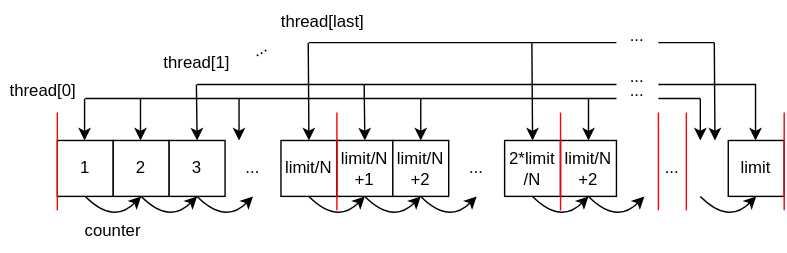
HM4725/The-Art-of-Multiprocessor-Programming keeps this draw.io diagram as chapter1/img/figure1.2.svg. Above is the earlier version. Source tidied: cells renumbered, new cells last; positions are measured from the earlier drawing's top-left corner, leaving out a move shared by most shapes. The source it was exported from:
```xml
<mxGraphModel>
  <root>
    <mxCell id="0" />
    <mxCell id="1" parent="0" />
    <mxCell id="2" value="1" style="whiteSpace=wrap;html=1;" parent="1" vertex="1">
      <mxGeometry x="40" y="100" width="40" height="40" as="geometry" />
    </mxCell>
    <mxCell id="3" value="2" style="whiteSpace=wrap;html=1;" parent="1" vertex="1">
      <mxGeometry x="80" y="100" width="40" height="40" as="geometry" />
    </mxCell>
    <mxCell id="4" value="3" style="whiteSpace=wrap;html=1;" parent="1" vertex="1">
      <mxGeometry x="120" y="100" width="40" height="40" as="geometry" />
    </mxCell>
    <mxCell id="5" value="limit/N" style="whiteSpace=wrap;html=1;" parent="1" vertex="1">
      <mxGeometry x="200" y="100" width="40" height="40" as="geometry" />
    </mxCell>
    <mxCell id="6" value="limit/N&lt;br&gt;+1" style="whiteSpace=wrap;html=1;" parent="1" vertex="1">
      <mxGeometry x="240" y="100" width="40" height="40" as="geometry" />
    </mxCell>
    <mxCell id="7" value="limit/N&lt;br&gt;+2" style="whiteSpace=wrap;html=1;" parent="1" vertex="1">
      <mxGeometry x="280" y="100" width="40" height="40" as="geometry" />
    </mxCell>
    <mxCell id="8" value="2*limit&lt;br&gt;/N" style="whiteSpace=wrap;html=1;" parent="1" vertex="1">
      <mxGeometry x="360" y="100" width="40" height="40" as="geometry" />
    </mxCell>
    <mxCell id="9" value="limit/N&lt;br&gt;+2" style="whiteSpace=wrap;html=1;" parent="1" vertex="1">
      <mxGeometry x="400" y="100" width="40" height="40" as="geometry" />
    </mxCell>
    <mxCell id="10" value="..." style="text;html=1;strokeColor=none;fillColor=none;align=center;verticalAlign=middle;whiteSpace=wrap;rounded=0;" parent="1" vertex="1">
      <mxGeometry x="160" y="105" width="40" height="30" as="geometry" />
    </mxCell>
    <mxCell id="11" value="..." style="text;html=1;strokeColor=none;fillColor=none;align=center;verticalAlign=middle;whiteSpace=wrap;rounded=0;" parent="1" vertex="1">
      <mxGeometry x="320" y="105" width="40" height="30" as="geometry" />
    </mxCell>
    <mxCell id="12" value="limit" style="whiteSpace=wrap;html=1;" parent="1" vertex="1">
      <mxGeometry x="520" y="100" width="40" height="40" as="geometry" />
    </mxCell>
    <mxCell id="13" style="endArrow=none;html=1;rounded=0;strokeColor=#FF0000;" parent="1" edge="1">
      <mxGeometry relative="1" as="geometry">
        <mxPoint x="400" y="150" as="sourcePoint" />
        <mxPoint x="400" y="80" as="targetPoint" />
      </mxGeometry>
    </mxCell>
    <mxCell id="14" style="endArrow=none;html=1;rounded=0;strokeColor=#FF0000;" parent="1" edge="1">
      <mxGeometry relative="1" as="geometry">
        <mxPoint x="470" y="150" as="sourcePoint" />
        <mxPoint x="470" y="80" as="targetPoint" />
      </mxGeometry>
    </mxCell>
    <mxCell id="15" style="endArrow=none;html=1;rounded=0;strokeColor=#FF0000;" parent="1" edge="1">
      <mxGeometry relative="1" as="geometry">
        <mxPoint x="490" y="150" as="sourcePoint" />
        <mxPoint x="490" y="80" as="targetPoint" />
      </mxGeometry>
    </mxCell>
    <mxCell id="16" style="endArrow=none;html=1;rounded=0;strokeColor=#FF0000;" parent="1" edge="1">
      <mxGeometry relative="1" as="geometry">
        <mxPoint x="560" y="150" as="sourcePoint" />
        <mxPoint x="560" y="80" as="targetPoint" />
      </mxGeometry>
    </mxCell>
    <mxCell id="17" style="endArrow=none;html=1;rounded=0;strokeColor=#FF0000;" parent="1" edge="1">
      <mxGeometry relative="1" as="geometry">
        <mxPoint x="40" y="150" as="sourcePoint" />
        <mxPoint x="40" y="80" as="targetPoint" />
      </mxGeometry>
    </mxCell>
    <mxCell id="18" value="thread[0]" style="text;html=1;strokeColor=none;fillColor=none;align=center;verticalAlign=middle;whiteSpace=wrap;rounded=0;" parent="1" vertex="1">
      <mxGeometry y="50" width="60" height="30" as="geometry" />
    </mxCell>
    <mxCell id="19" value="..." style="text;html=1;strokeColor=none;fillColor=none;align=center;verticalAlign=middle;whiteSpace=wrap;rounded=0;" parent="1" vertex="1">
      <mxGeometry x="460" y="105" width="40" height="30" as="geometry" />
    </mxCell>
    <mxCell id="20" style="endArrow=none;html=1;rounded=0;strokeColor=#000000;" parent="1" edge="1">
      <mxGeometry relative="1" as="geometry">
        <mxPoint x="60" y="70" as="sourcePoint" />
        <mxPoint x="440" y="70" as="targetPoint" />
      </mxGeometry>
    </mxCell>
    <mxCell id="21" style="endArrow=classic;html=1;rounded=0;strokeColor=#000000;" parent="1" edge="1">
      <mxGeometry relative="1" as="geometry">
        <mxPoint x="59.5" y="70" as="sourcePoint" />
        <mxPoint x="59.5" y="100" as="targetPoint" />
      </mxGeometry>
    </mxCell>
    <mxCell id="22" style="endArrow=classic;html=1;rounded=0;strokeColor=#000000;" parent="1" edge="1">
      <mxGeometry relative="1" as="geometry">
        <mxPoint x="170" y="70" as="sourcePoint" />
        <mxPoint x="170" y="100" as="targetPoint" />
      </mxGeometry>
    </mxCell>
    <mxCell id="23" style="endArrow=classic;html=1;rounded=0;strokeColor=#000000;" parent="1" edge="1">
      <mxGeometry relative="1" as="geometry">
        <mxPoint x="500" y="70" as="sourcePoint" />
        <mxPoint x="500" y="100" as="targetPoint" />
      </mxGeometry>
    </mxCell>
    <mxCell id="24" style="endArrow=classic;html=1;rounded=0;strokeColor=#000000;" parent="1" edge="1">
      <mxGeometry relative="1" as="geometry">
        <mxPoint x="420" y="70" as="sourcePoint" />
        <mxPoint x="420" y="100" as="targetPoint" />
      </mxGeometry>
    </mxCell>
    <mxCell id="25" style="endArrow=none;html=1;rounded=0;strokeColor=#000000;" parent="1" edge="1">
      <mxGeometry relative="1" as="geometry">
        <mxPoint x="470" y="70" as="sourcePoint" />
        <mxPoint x="500" y="70" as="targetPoint" />
      </mxGeometry>
    </mxCell>
    <mxCell id="26" value="..." style="text;html=1;strokeColor=none;fillColor=none;align=center;verticalAlign=middle;whiteSpace=wrap;rounded=0;" parent="1" vertex="1">
      <mxGeometry x="430" y="50" width="50" height="30" as="geometry" />
    </mxCell>
    <mxCell id="27" style="endArrow=none;html=1;rounded=0;strokeColor=#FF0000;" parent="1" edge="1">
      <mxGeometry relative="1" as="geometry">
        <mxPoint x="240" y="150" as="sourcePoint" />
        <mxPoint x="240" y="80" as="targetPoint" />
      </mxGeometry>
    </mxCell>
    <mxCell id="28" style="endArrow=classic;html=1;rounded=0;strokeColor=#000000;entryX=0.5;entryY=0;entryDx=0;entryDy=0;" parent="1" edge="1" target="7">
      <mxGeometry relative="1" as="geometry">
        <mxPoint x="300" y="70" as="sourcePoint" />
      </mxGeometry>
    </mxCell>
    <mxCell id="29" style="endArrow=none;html=1;rounded=0;strokeColor=#000000;" parent="1" edge="1">
      <mxGeometry relative="1" as="geometry">
        <mxPoint x="470" y="60" as="sourcePoint" />
        <mxPoint x="540" y="60" as="targetPoint" />
      </mxGeometry>
    </mxCell>
    <mxCell id="30" style="endArrow=classic;html=1;rounded=0;strokeColor=#000000;" parent="1" edge="1">
      <mxGeometry relative="1" as="geometry">
        <mxPoint x="539.5" y="60" as="sourcePoint" />
        <mxPoint x="539.5" y="100" as="targetPoint" />
      </mxGeometry>
    </mxCell>
    <mxCell id="31" value="..." style="text;html=1;strokeColor=none;fillColor=none;align=center;verticalAlign=middle;whiteSpace=wrap;rounded=0;" parent="1" vertex="1">
      <mxGeometry x="430" y="40" width="50" height="30" as="geometry" />
    </mxCell>
    <mxCell id="32" style="endArrow=none;html=1;rounded=0;strokeColor=#000000;" parent="1" edge="1">
      <mxGeometry relative="1" as="geometry">
        <mxPoint x="220" y="30" as="sourcePoint" />
        <mxPoint x="440" y="30" as="targetPoint" />
      </mxGeometry>
    </mxCell>
    <mxCell id="33" style="endArrow=classic;html=1;rounded=0;strokeColor=#000000;entryX=0.5;entryY=0;entryDx=0;entryDy=0;" parent="1" edge="1" target="5">
      <mxGeometry relative="1" as="geometry">
        <mxPoint x="219.5" y="30" as="sourcePoint" />
      </mxGeometry>
    </mxCell>
    <mxCell id="34" style="endArrow=classic;html=1;rounded=0;strokeColor=#000000;entryX=0.5;entryY=0;entryDx=0;entryDy=0;" parent="1" edge="1">
      <mxGeometry relative="1" as="geometry">
        <mxPoint x="379.5" y="30" as="sourcePoint" />
        <mxPoint x="380" y="100" as="targetPoint" />
      </mxGeometry>
    </mxCell>
    <mxCell id="35" style="endArrow=classic;html=1;rounded=0;strokeColor=#000000;entryX=0.5;entryY=0;entryDx=0;entryDy=0;" parent="1" edge="1">
      <mxGeometry relative="1" as="geometry">
        <mxPoint x="510" y="30" as="sourcePoint" />
        <mxPoint x="510.5" y="100" as="targetPoint" />
      </mxGeometry>
    </mxCell>
    <mxCell id="36" value="..." style="text;html=1;strokeColor=none;fillColor=none;align=center;verticalAlign=middle;whiteSpace=wrap;rounded=0;" parent="1" vertex="1">
      <mxGeometry x="430" y="10" width="50" height="30" as="geometry" />
    </mxCell>
    <mxCell id="37" style="endArrow=none;html=1;rounded=0;strokeColor=#000000;" parent="1" edge="1">
      <mxGeometry relative="1" as="geometry">
        <mxPoint x="470" y="30" as="sourcePoint" />
        <mxPoint x="510" y="30" as="targetPoint" />
      </mxGeometry>
    </mxCell>
    <mxCell id="38" value="..." style="text;html=1;strokeColor=none;fillColor=none;align=center;verticalAlign=middle;whiteSpace=wrap;rounded=0;rotation=-30;" parent="1" vertex="1">
      <mxGeometry x="160" y="20" width="50" height="30" as="geometry" />
    </mxCell>
    <mxCell id="39" value="thread[1]" style="text;html=1;strokeColor=none;fillColor=none;align=center;verticalAlign=middle;whiteSpace=wrap;rounded=0;" parent="1" vertex="1">
      <mxGeometry x="110" y="30" width="60" height="30" as="geometry" />
    </mxCell>
    <mxCell id="40" style="endArrow=classic;html=1;rounded=0;strokeColor=#000000;" parent="1" edge="1">
      <mxGeometry relative="1" as="geometry">
        <mxPoint x="99.5" y="70" as="sourcePoint" />
        <mxPoint x="99.5" y="100" as="targetPoint" />
      </mxGeometry>
    </mxCell>
    <mxCell id="41" style="endArrow=none;html=1;rounded=0;strokeColor=#000000;" parent="1" edge="1">
      <mxGeometry relative="1" as="geometry">
        <mxPoint x="140" y="60" as="sourcePoint" />
        <mxPoint x="440" y="60" as="targetPoint" />
      </mxGeometry>
    </mxCell>
    <mxCell id="42" style="endArrow=classic;html=1;rounded=0;strokeColor=#000000;" parent="1" edge="1">
      <mxGeometry relative="1" as="geometry">
        <mxPoint x="139.5" y="60" as="sourcePoint" />
        <mxPoint x="140" y="100" as="targetPoint" />
      </mxGeometry>
    </mxCell>
    <mxCell id="43" style="endArrow=classic;html=1;rounded=0;strokeColor=#000000;entryX=0.5;entryY=0;entryDx=0;entryDy=0;" parent="1" edge="1" target="6">
      <mxGeometry relative="1" as="geometry">
        <mxPoint x="259.5" y="60" as="sourcePoint" />
      </mxGeometry>
    </mxCell>
    <mxCell id="44" value="counter" style="text;html=1;strokeColor=none;fillColor=none;align=center;verticalAlign=middle;whiteSpace=wrap;rounded=0;" parent="1" vertex="1">
      <mxGeometry x="50" y="150" width="60" height="30" as="geometry" />
    </mxCell>
    <mxCell id="45" style="curved=1;endArrow=classic;html=1;rounded=0;strokeColor=#000000;" parent="1" edge="1">
      <mxGeometry relative="1" as="geometry">
        <mxPoint x="100" y="140" as="sourcePoint" />
        <mxPoint x="140" y="140" as="targetPoint" />
        <Array as="points">
          <mxPoint x="120" y="160" />
        </Array>
      </mxGeometry>
    </mxCell>
    <mxCell id="46" style="curved=1;endArrow=classic;html=1;rounded=0;strokeColor=#000000;" parent="1" edge="1">
      <mxGeometry relative="1" as="geometry">
        <mxPoint x="60" y="140" as="sourcePoint" />
        <mxPoint x="100" y="140" as="targetPoint" />
        <Array as="points">
          <mxPoint x="80" y="160" />
        </Array>
      </mxGeometry>
    </mxCell>
    <mxCell id="47" style="curved=1;endArrow=classic;html=1;rounded=0;strokeColor=#000000;" parent="1" edge="1">
      <mxGeometry relative="1" as="geometry">
        <mxPoint x="140" y="140" as="sourcePoint" />
        <mxPoint x="180" y="140" as="targetPoint" />
        <Array as="points">
          <mxPoint x="160" y="160" />
        </Array>
      </mxGeometry>
    </mxCell>
    <mxCell id="48" style="curved=1;endArrow=classic;html=1;rounded=0;strokeColor=#000000;" parent="1" edge="1">
      <mxGeometry relative="1" as="geometry">
        <mxPoint x="220" y="140" as="sourcePoint" />
        <mxPoint x="260" y="140" as="targetPoint" />
        <Array as="points">
          <mxPoint x="240" y="160" />
        </Array>
      </mxGeometry>
    </mxCell>
    <mxCell id="49" style="curved=1;endArrow=classic;html=1;rounded=0;strokeColor=#000000;" parent="1" edge="1">
      <mxGeometry relative="1" as="geometry">
        <mxPoint x="260" y="140" as="sourcePoint" />
        <mxPoint x="300" y="140" as="targetPoint" />
        <Array as="points">
          <mxPoint x="280" y="160" />
        </Array>
      </mxGeometry>
    </mxCell>
    <mxCell id="50" style="curved=1;endArrow=classic;html=1;rounded=0;strokeColor=#000000;" parent="1" edge="1">
      <mxGeometry relative="1" as="geometry">
        <mxPoint x="300" y="140" as="sourcePoint" />
        <mxPoint x="340" y="140" as="targetPoint" />
        <Array as="points">
          <mxPoint x="320" y="160" />
        </Array>
      </mxGeometry>
    </mxCell>
    <mxCell id="51" style="curved=1;endArrow=classic;html=1;rounded=0;strokeColor=#000000;" parent="1" edge="1">
      <mxGeometry relative="1" as="geometry">
        <mxPoint x="380" y="140" as="sourcePoint" />
        <mxPoint x="420" y="140" as="targetPoint" />
        <Array as="points">
          <mxPoint x="400" y="160" />
        </Array>
      </mxGeometry>
    </mxCell>
    <mxCell id="52" style="curved=1;endArrow=classic;html=1;rounded=0;strokeColor=#000000;" parent="1" edge="1">
      <mxGeometry relative="1" as="geometry">
        <mxPoint x="420" y="140" as="sourcePoint" />
        <mxPoint x="460" y="140" as="targetPoint" />
        <Array as="points">
          <mxPoint x="440" y="160" />
        </Array>
      </mxGeometry>
    </mxCell>
    <mxCell id="53" style="curved=1;endArrow=classic;html=1;rounded=0;strokeColor=#000000;" parent="1" edge="1">
      <mxGeometry relative="1" as="geometry">
        <mxPoint x="500" y="140" as="sourcePoint" />
        <mxPoint x="540" y="140" as="targetPoint" />
        <Array as="points">
          <mxPoint x="520" y="160" />
        </Array>
      </mxGeometry>
    </mxCell>
    <mxCell id="54" value="thread[last]" style="text;html=1;strokeColor=none;fillColor=none;align=center;verticalAlign=middle;whiteSpace=wrap;rounded=0;" parent="1" vertex="1">
      <mxGeometry x="200" width="60" height="30" as="geometry" />
    </mxCell>
  </root>
</mxGraphModel>
```
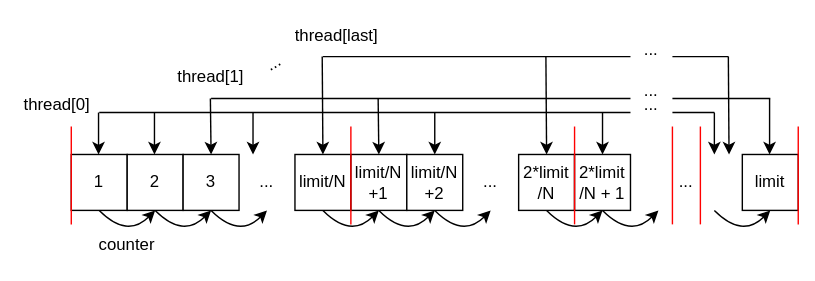
Later version of the same file.

The edit, as a diff of the source:
```diff
@@ -23,7 +23,7 @@
     <mxCell id="8" value="2*limit&lt;br&gt;/N" style="whiteSpace=wrap;html=1;" parent="1" vertex="1">
       <mxGeometry x="360" y="100" width="40" height="40" as="geometry" />
     </mxCell>
-    <mxCell id="9" value="limit/N&lt;br&gt;+2" style="whiteSpace=wrap;html=1;" parent="1" vertex="1">
+    <mxCell id="9" value="2*limit&lt;br&gt;/N + 1" style="whiteSpace=wrap;html=1;" parent="1" vertex="1">
       <mxGeometry x="400" y="100" width="40" height="40" as="geometry" />
     </mxCell>
     <mxCell id="10" value="..." style="text;html=1;strokeColor=none;fillColor=none;align=center;verticalAlign=middle;whiteSpace=wrap;rounded=0;" parent="1" vertex="1">
```
